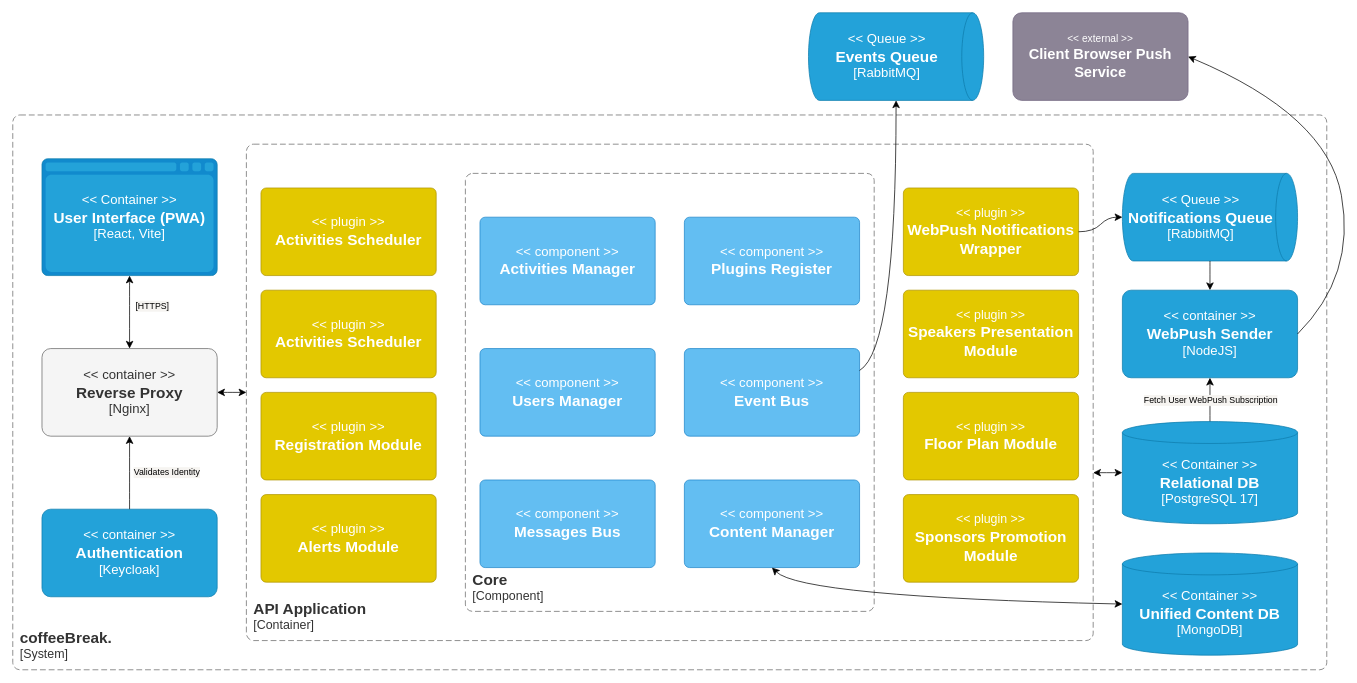
This is page "M20 Updated" (10 of 18) of coffeeBreak.drawio from PI-coffeeBreak/diagrams, a draw.io file, before an edit. Source tidied: cells renumbered, new cells numbered last; positions are measured from the earlier drawing's top-left corner, leaving out a move shared by most shapes. Both pictures are drawn from the tidied source at 73%, with x=0, y=0 at pixel (12, 12).
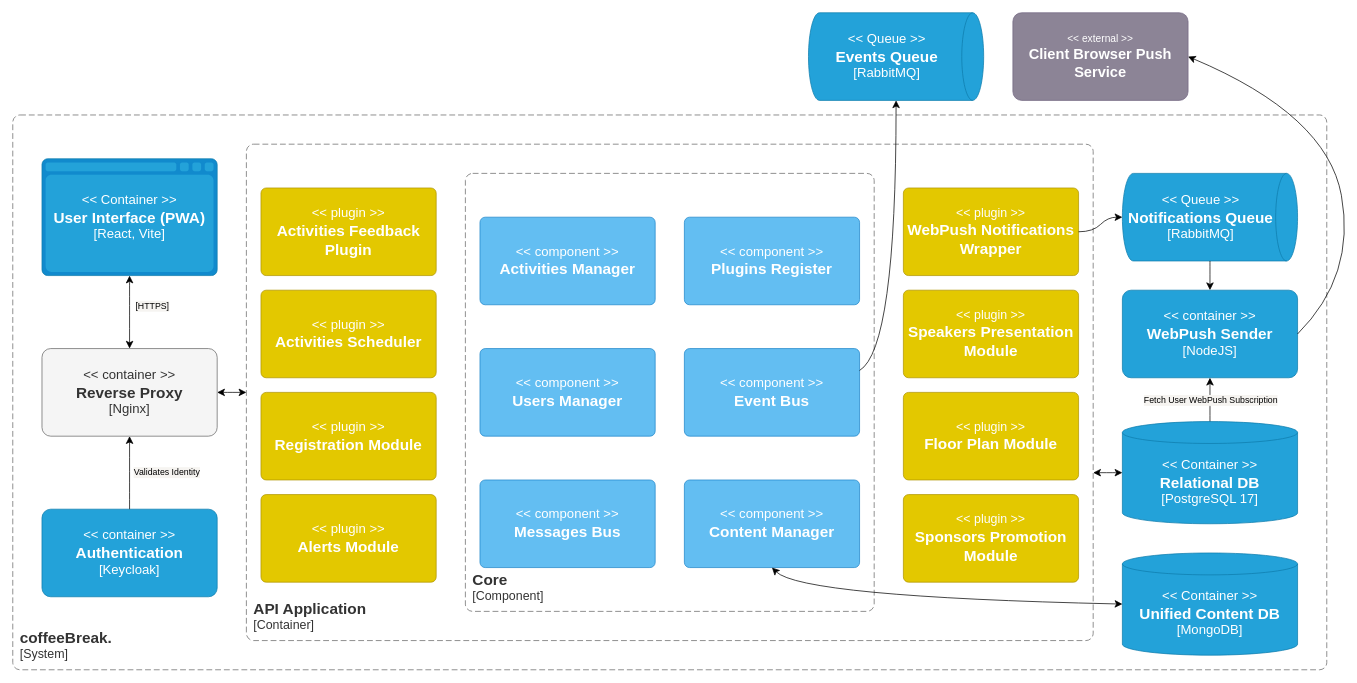
After the change.

Change to the diagram source:
```diff
@@
-    <object id="40" label="&lt;font style=&quot;font-size: 18px&quot;&gt;&lt;div&gt;&amp;lt;&amp;lt; %c4Type% &amp;gt;&amp;gt;&lt;/div&gt;&lt;/font&gt;&lt;font style=&quot;font-size: 21px&quot;&gt;&lt;b&gt;%c4Name%&lt;/b&gt;&lt;/font&gt;" c4Name="Activities Scheduler" c4Type="plugin" placeholders="1">
+    <object id="40" label="&lt;font style=&quot;font-size: 18px&quot;&gt;&lt;div&gt;&amp;lt;&amp;lt; %c4Type% &amp;gt;&amp;gt;&lt;/div&gt;&lt;/font&gt;&lt;font style=&quot;font-size: 21px&quot;&gt;&lt;b&gt;%c4Name%&lt;/b&gt;&lt;/font&gt;" c4Name="Activities Feedback Plugin" c4Type="plugin" placeholders="1">
       <mxCell style="rounded=1;whiteSpace=wrap;html=1;labelBackgroundColor=none;fillColor=#e3c800;fontColor=#FFFFFF;align=center;arcSize=6;strokeColor=#B09500;" parent="1" vertex="1">
         <mxGeometry x="340" y="240" width="240" height="120" as="geometry" />
       </mxCell>
     </object>
```
